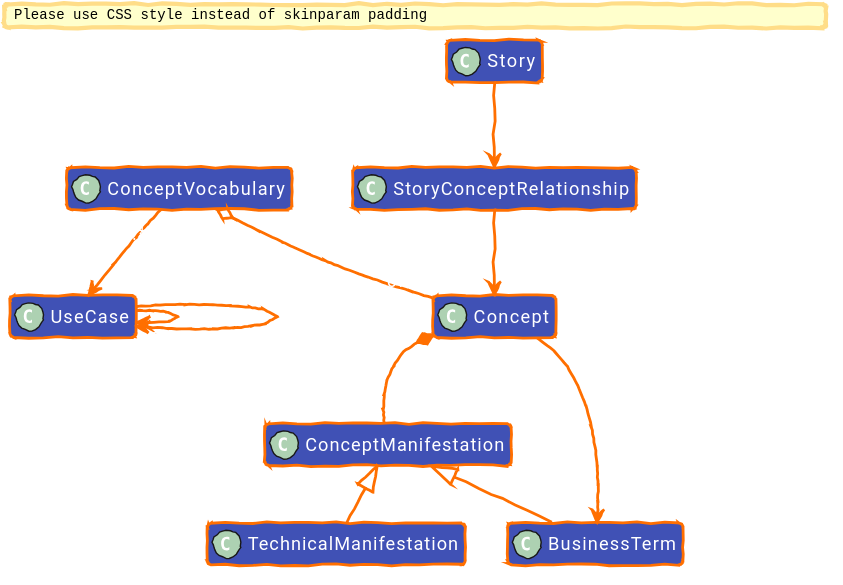
Earlier version of the PlantUML export diagrams/out/uctm-concept_dark.svg (EKGF/ekg-method).
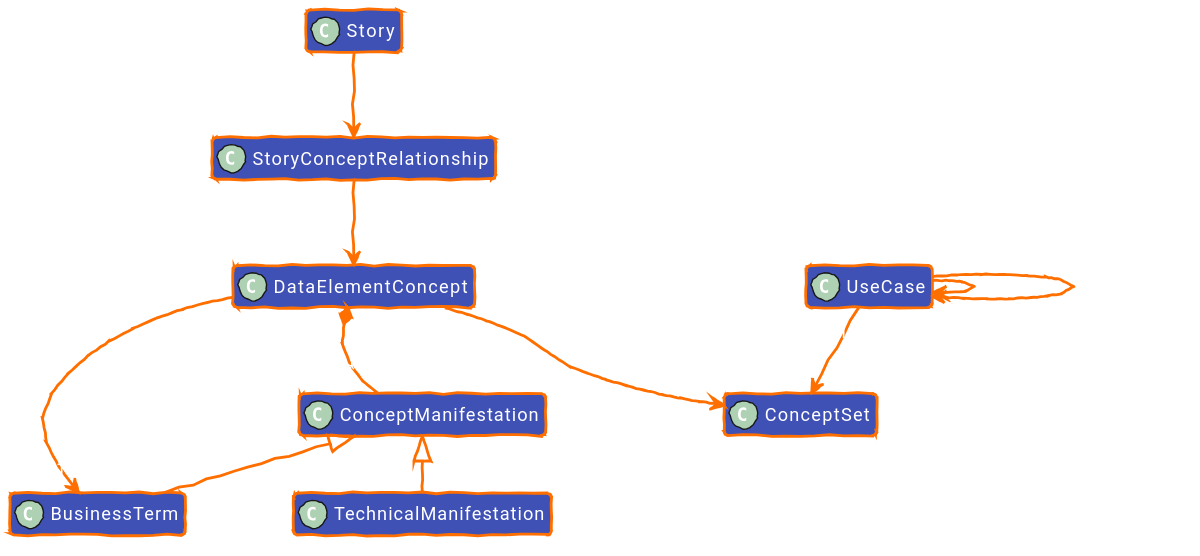
The same file after the commit.

Change to the diagram source:
```diff
@@ -69,11 +69,11 @@
 top to bottom direction
 hide members
 
-class "Concept" as Concept [[/concept/concept/#ontology]]
+class "DataElementConcept" as DataElementConcept [[/concept/concept/#ontology]]
 class "ConceptManifestation" as ConceptManifestation [[/concept/term/#ontology]]
 class "BusinessTerm" as BusinessTerm [[/concept/term/business-term/#ontology]]
 class "TechnicalManifestation" as TechnicalManifestation [[/concept/term/technical-term/#ontology]]
-class "ConceptVocabulary" as ConceptVocabulary [[/concept/concept/concept-vocabulary/#ontology]]
+class "ConceptSet" as ConceptSet [[/concept/concept/concept-vocabulary/#ontology]]
 class "UseCase" as UseCase [[/concept/use-case/#ontology]]
 class "Story" as Story [[/concept/story/#ontology]]
 class "StoryConceptRelationship" as StoryConceptRelationship [[/concept/concept/story-concept-relationship/#ontology]]
@@ -81,15 +81,15 @@
 ConceptManifestation <|-- BusinessTerm
 ConceptManifestation <|-- TechnicalManifestation
 
-Concept "1" *-- "0..*" ConceptManifestation : :hasManifestation
-Concept "0..1" --> "1" BusinessTerm : :preferredBusinessTerm
+DataElementConcept "1" *-- "0..*" ConceptManifestation : :hasManifestation
+DataElementConcept "0..1" --> "1" BusinessTerm : :preferredBusinessTerm
 
-ConceptVocabulary "1" o-- "0..*" Concept : skos:inScheme
-ConceptVocabulary "0..*" --> "1" UseCase : :useCase
+DataElementConcept "0..*" --> "0..*" ConceptSet : ekg-concept:inConceptSet
+UseCase "1" --> "0..*" ConceptSet : use-case:ownsConceptSet
 
 UseCase "0..*" --> "0..1" UseCase : :isPartOf
 UseCase "0..*" --> "0..*" UseCase : :isUsedIn
 
 Story "0..*" --> "1" StoryConceptRelationship : :storyConcept
-StoryConceptRelationship --> Concept : :concept
+StoryConceptRelationship --> DataElementConcept : :concept
 @enduml
```
